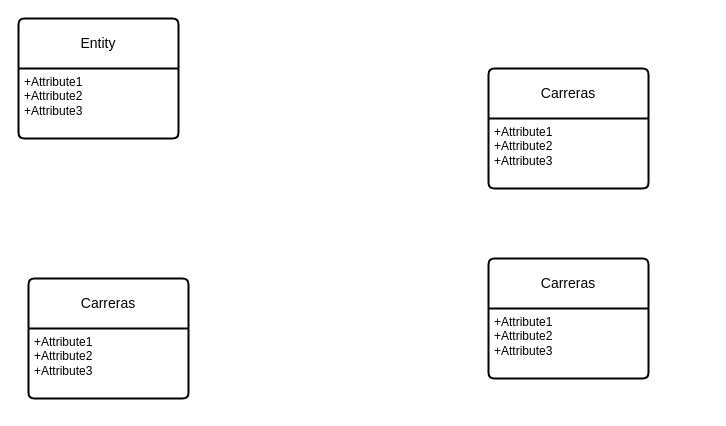
Before: Untitled Diagram.drawio in Jolsman01/BasededatosIFODA, a draw.io diagram. Source tidied: cells renumbered, new cells numbered last; positions are measured from the earlier drawing's top-left corner, leaving out a move shared by most shapes. Both pictures are drawn from the tidied source at 100%, with x=0, y=0 at pixel (18, 18).
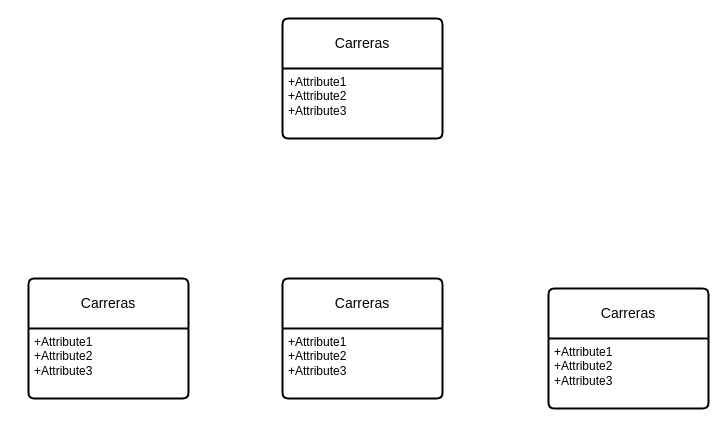
After the change.

What changed in the source:
```diff
@@
 <mxGraphModel>
   <root>
     <mxCell id="0" />
     <mxCell id="1" parent="0" />
-    <mxCell id="2" value="Entity" style="swimlane;horizontal=1;startSize=50;rounded=1;fontSize=14;fontStyle=0;strokeWidth=2;shadow=0;dashed=0;align=center;arcSize=4;whiteSpace=wrap;html=1;" parent="1" vertex="1">
-      <mxGeometry width="160" height="120" as="geometry" />
-    </mxCell>
-    <mxCell id="3" value="+Attribute1&#10;+Attribute2&#10;+Attribute3" style="align=left;strokeColor=none;fillColor=none;spacingLeft=4;spacingRight=4;fontSize=12;verticalAlign=top;html=1;whiteSpace=wrap;" parent="2" vertex="1">
-      <mxGeometry y="50" width="160" height="70" as="geometry" />
-    </mxCell>
     <mxCell id="4" value="Carreras" style="swimlane;horizontal=1;startSize=50;rounded=1;fontSize=14;fontStyle=0;strokeWidth=2;shadow=0;dashed=0;align=center;arcSize=4;whiteSpace=wrap;html=1;" parent="1" vertex="1">
-      <mxGeometry x="470" y="240" width="160" height="120" as="geometry" />
+      <mxGeometry x="264" y="260" width="160" height="120" as="geometry" />
     </mxCell>
     <mxCell id="5" value="+Attribute1&#10;+Attribute2&#10;+Attribute3" style="align=left;strokeColor=none;fillColor=none;spacingLeft=4;spacingRight=4;fontSize=12;verticalAlign=top;html=1;whiteSpace=wrap;" parent="4" vertex="1">
       <mxGeometry y="50" width="160" height="70" as="geometry" />
     </mxCell>
     <mxCell id="6" value="Carreras" style="swimlane;horizontal=1;startSize=50;rounded=1;fontSize=14;fontStyle=0;strokeWidth=2;shadow=0;dashed=0;align=center;arcSize=4;whiteSpace=wrap;html=1;" parent="1" vertex="1">
       <mxGeometry x="10" y="260" width="160" height="120" as="geometry" />
     </mxCell>
     <mxCell id="7" value="+Attribute1&#10;+Attribute2&#10;+Attribute3" style="align=left;strokeColor=none;fillColor=none;spacingLeft=4;spacingRight=4;fontSize=12;verticalAlign=top;html=1;whiteSpace=wrap;" parent="6" vertex="1">
       <mxGeometry y="50" width="160" height="70" as="geometry" />
     </mxCell>
     <mxCell id="8" value="Carreras" style="swimlane;horizontal=1;startSize=50;rounded=1;fontSize=14;fontStyle=0;strokeWidth=2;shadow=0;dashed=0;align=center;arcSize=4;whiteSpace=wrap;html=1;" parent="1" vertex="1">
-      <mxGeometry x="470" y="50" width="160" height="120" as="geometry" />
+      <mxGeometry x="530" y="270" width="160" height="120" as="geometry" />
     </mxCell>
     <mxCell id="9" value="+Attribute1&#10;+Attribute2&#10;+Attribute3" style="align=left;strokeColor=none;fillColor=none;spacingLeft=4;spacingRight=4;fontSize=12;verticalAlign=top;html=1;whiteSpace=wrap;" parent="8" vertex="1">
       <mxGeometry y="50" width="160" height="70" as="geometry" />
     </mxCell>
+    <mxCell id="10" value="Carreras" style="swimlane;horizontal=1;startSize=50;rounded=1;fontSize=14;fontStyle=0;strokeWidth=2;shadow=0;dashed=0;align=center;arcSize=4;whiteSpace=wrap;html=1;" parent="1" vertex="1">
+      <mxGeometry x="264" width="160" height="120" as="geometry" />
+    </mxCell>
+    <mxCell id="3" value="+Attribute1&#10;+Attribute2&#10;+Attribute3" style="align=left;strokeColor=none;fillColor=none;spacingLeft=4;spacingRight=4;fontSize=12;verticalAlign=top;html=1;whiteSpace=wrap;" parent="10" vertex="1">
+      <mxGeometry y="50" width="160" height="70" as="geometry" />
+    </mxCell>
   </root>
 </mxGraphModel>
```
